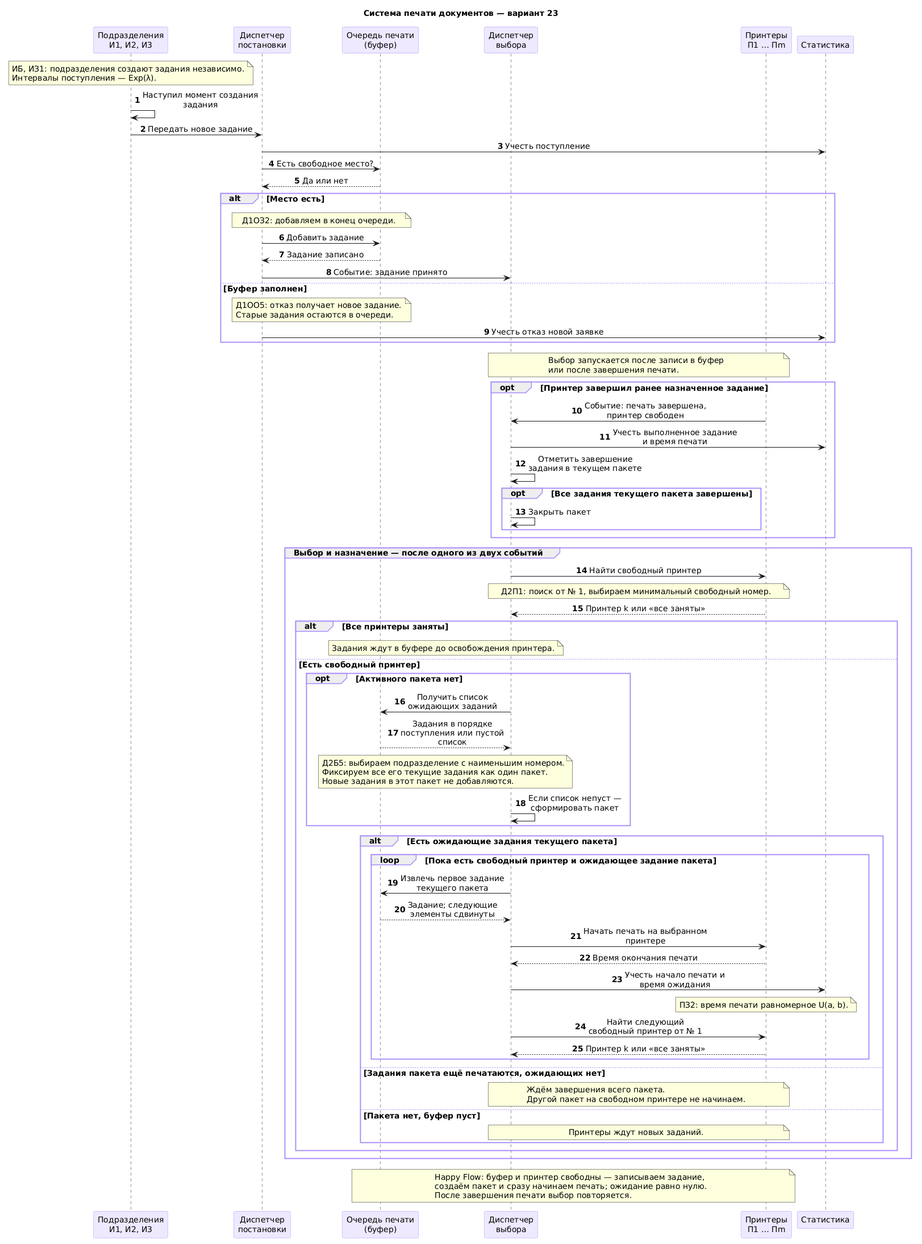
The PlantUML diagram docs/diagrams/sequence-main.png in eg0sha-0/aps-variant-23, before a commit.
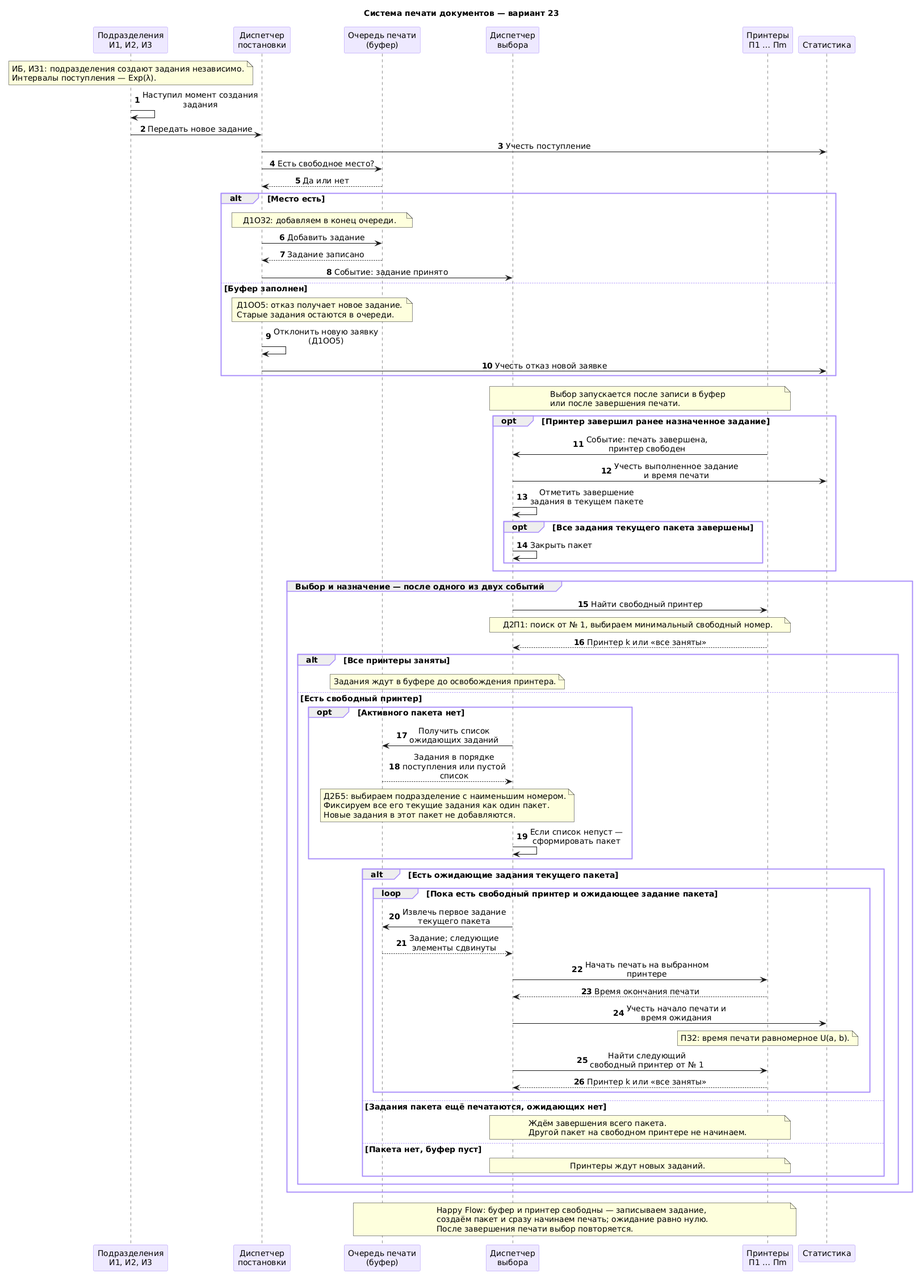
Later version of the same file.

Commit message:
Show admission dispatcher explicitly rejecting a new job on overflow

Change to the diagram source:
```diff
@@ -37,6 +37,7 @@
  Д1ОО5: отказ получает новое задание.
  Старые задания остаются в очереди.
  end note
+ Admission -> Admission: Отклонить новую заявку (Д1ОО5)
  Admission -> Stats: Учесть отказ новой заявке
 end
 
```
